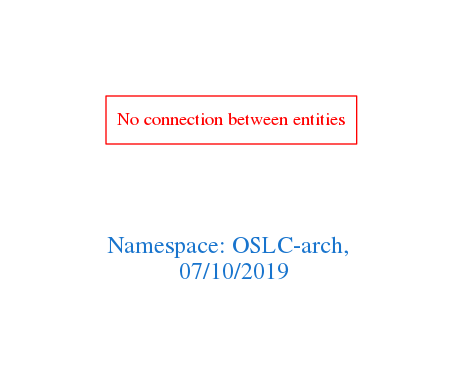
Earlier version of the Graphviz export downloads/OSLC-arch.png (arago/OGIT). Its source is kept beside it as downloads/OSLC-arch.dot.
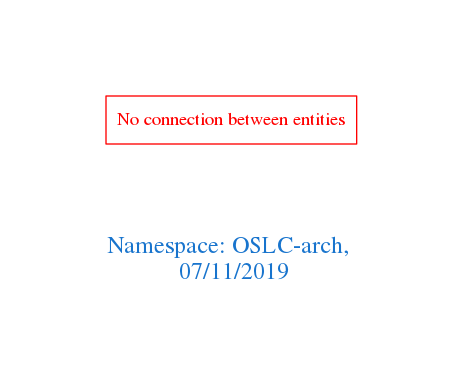
The same diagram one commit later.

Change to the diagram source:
```diff
@@ -1,7 +1,7 @@
 digraph OGIT_ontology {
  graph [ rankdir= LR,pad=1
 fontsize = 18,
-fontcolor= dodgerblue3,label = "\n\n\nNamespace: OSLC-arch, \n 07/10/2019"];
+fontcolor= dodgerblue3,label = "\n\n\nNamespace: OSLC-arch, \n 07/11/2019"];
 node[shape=polygon];
 edge [  color="gray81"];
 
```
